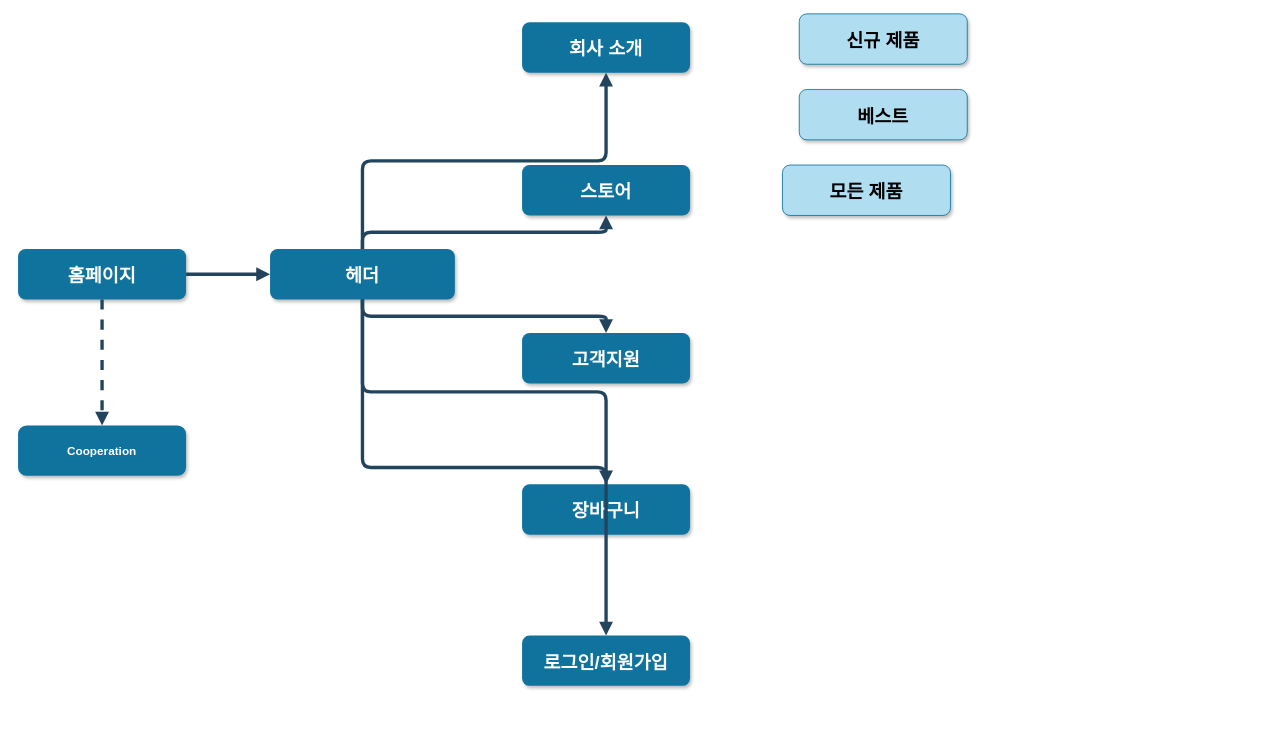
Earlier version of the draw.io diagram 제목 없는 다이어그램.drawio (sam-from-korea/django_lec). Source tidied: cells renumbered, new cells numbered last; positions are measured from the earlier drawing's top-left corner, leaving out a move shared by most shapes. Both pictures are drawn from the tidied source at 84%, with x=0, y=0 at pixel (18, 13).
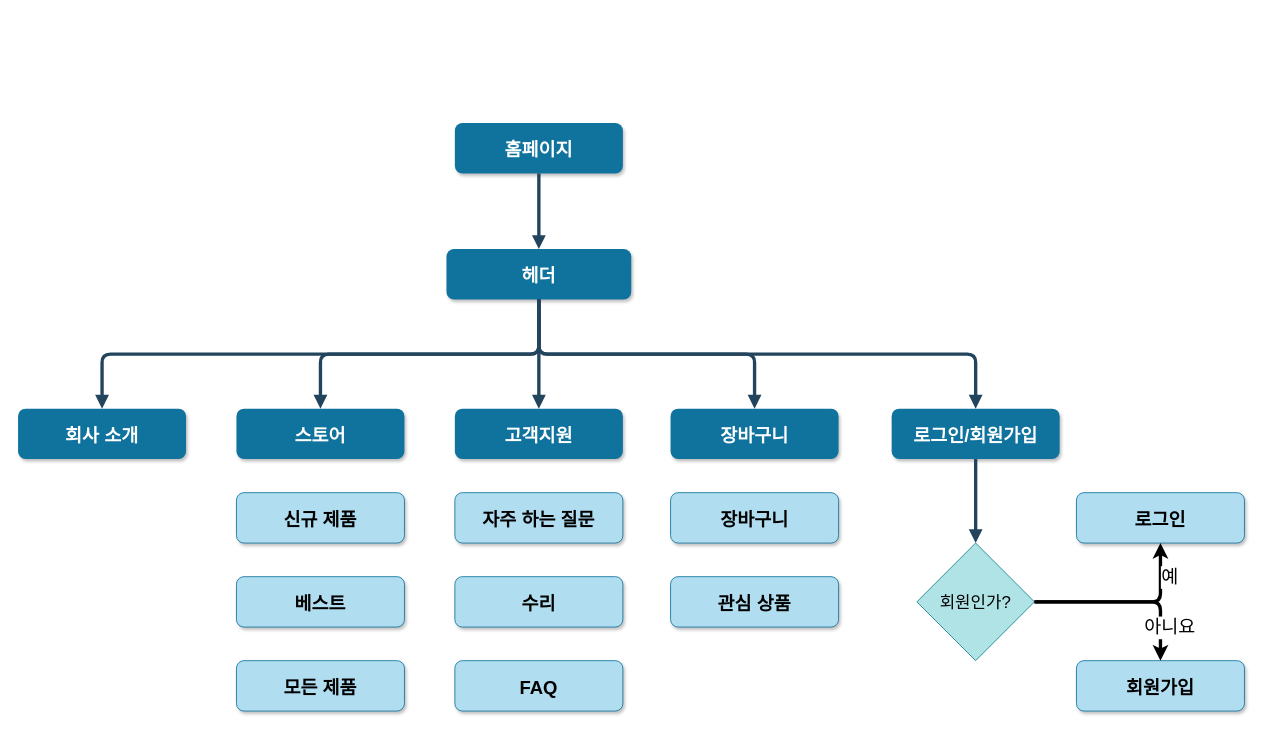
The same diagram, later.

Commit message:
제목 없는 다이어그램.drawio 업데이트

Diff of the diagram source:
```diff
@@
     <mxCell id="2" value="홈페이지" style="rounded=1;fillColor=#10739E;strokeColor=none;shadow=1;gradientColor=none;fontStyle=1;fontColor=#FFFFFF;fontSize=22;" parent="1" vertex="1">
-      <mxGeometry y="280" width="200" height="60" as="geometry" />
+      <mxGeometry x="520" y="130" width="200" height="60" as="geometry" />
     </mxCell>
     <mxCell id="3" value="헤더" style="rounded=1;fillColor=#10739E;strokeColor=none;shadow=1;gradientColor=none;fontStyle=1;fontColor=#FFFFFF;fontSize=22;" parent="1" vertex="1">
-      <mxGeometry x="300" y="280" width="220" height="60" as="geometry" />
+      <mxGeometry x="510" y="280" width="220" height="60" as="geometry" />
     </mxCell>
     <mxCell id="4" value="회사 소개" style="rounded=1;fillColor=#10739E;strokeColor=none;shadow=1;gradientColor=none;fontStyle=1;fontColor=#FFFFFF;fontSize=22;" parent="1" vertex="1">
-      <mxGeometry x="600" y="10" width="200" height="60" as="geometry" />
+      <mxGeometry y="470" width="200" height="60" as="geometry" />
     </mxCell>
     <mxCell id="5" value="스토어" style="rounded=1;fillColor=#10739E;strokeColor=none;shadow=1;gradientColor=none;fontStyle=1;fontColor=#FFFFFF;fontSize=22;" parent="1" vertex="1">
-      <mxGeometry x="600" y="180" width="200" height="60" as="geometry" />
+      <mxGeometry x="260" y="470" width="200" height="60" as="geometry" />
     </mxCell>
     <mxCell id="6" value="고객지원" style="rounded=1;fillColor=#10739E;strokeColor=none;shadow=1;gradientColor=none;fontStyle=1;fontColor=#FFFFFF;fontSize=22;" parent="1" vertex="1">
-      <mxGeometry x="600" y="380" width="200" height="60" as="geometry" />
+      <mxGeometry x="520" y="470" width="200" height="60" as="geometry" />
     </mxCell>
-    <mxCell id="7" value="Cooperation" style="rounded=1;fillColor=#10739E;strokeColor=none;shadow=1;gradientColor=none;fontStyle=1;fontColor=#FFFFFF;fontSize=14;arcSize=17;" parent="1" vertex="1">
-      <mxGeometry y="490" width="200" height="60" as="geometry" />
-    </mxCell>
@@
-    <mxCell id="12" style="edgeStyle=elbowEdgeStyle;elbow=vertical;strokeWidth=4;endArrow=block;endFill=1;fontStyle=1;dashed=1;strokeColor=#23445D;exitX=0.5;exitY=1;exitDx=0;exitDy=0;entryX=0.5;entryY=0;entryDx=0;entryDy=0;fontSize=22;" parent="1" edge="1" source="2" target="7">
-      <mxGeometry x="22" y="165.5" as="geometry">
-        <Array as="points">
-          <mxPoint x="120" y="410" />
-        </Array>
-      </mxGeometry>
-    </mxCell>
     <mxCell id="13" value="장바구니" style="rounded=1;fillColor=#10739E;strokeColor=none;shadow=1;gradientColor=none;fontStyle=1;fontColor=#FFFFFF;fontSize=22;" parent="1" vertex="1">
-      <mxGeometry x="600" y="560" width="200" height="60" as="geometry" />
+      <mxGeometry x="776.8" y="470" width="200" height="60" as="geometry" />
     </mxCell>
@@
     <mxCell id="15" value="로그인/회원가입" style="rounded=1;fillColor=#10739E;strokeColor=none;shadow=1;gradientColor=none;fontStyle=1;fontColor=#FFFFFF;fontSize=22;" parent="1" vertex="1">
-      <mxGeometry x="600" y="740" width="200" height="60" as="geometry" />
+      <mxGeometry x="1040" y="470" width="200" height="60" as="geometry" />
     </mxCell>
@@
     <mxCell id="17" value="신규 제품" style="rounded=1;fillColor=#b1ddf0;strokeColor=#10739e;shadow=1;fontStyle=1;fontSize=22;" parent="1" vertex="1">
-      <mxGeometry x="930" width="200" height="60" as="geometry" />
+      <mxGeometry x="260" y="570" width="200" height="60" as="geometry" />
     </mxCell>
     <mxCell id="18" value="베스트" style="rounded=1;fillColor=#b1ddf0;strokeColor=#10739e;shadow=1;fontStyle=1;fontSize=22;" parent="1" vertex="1">
-      <mxGeometry x="930" y="90" width="200" height="60" as="geometry" />
+      <mxGeometry x="260" y="670" width="200" height="60" as="geometry" />
     </mxCell>
     <mxCell id="19" value="모든 제품" style="rounded=1;fillColor=#b1ddf0;strokeColor=#10739e;shadow=1;fontStyle=1;fontSize=22;" parent="1" vertex="1">
-      <mxGeometry x="910" y="180" width="200" height="60" as="geometry" />
+      <mxGeometry x="260" y="770" width="200" height="60" as="geometry" />
     </mxCell>
+    <mxCell id="20" value="자주 하는 질문" style="rounded=1;fillColor=#b1ddf0;strokeColor=#10739e;shadow=1;fontStyle=1;fontSize=22;" parent="1" vertex="1">
+      <mxGeometry x="520" y="570" width="200" height="60" as="geometry" />
+    </mxCell>
+    <mxCell id="21" value="수리" style="rounded=1;fillColor=#b1ddf0;strokeColor=#10739e;shadow=1;fontStyle=1;fontSize=22;" parent="1" vertex="1">
+      <mxGeometry x="520" y="670" width="200" height="60" as="geometry" />
+    </mxCell>
+    <mxCell id="22" value="FAQ" style="rounded=1;fillColor=#b1ddf0;strokeColor=#10739e;shadow=1;fontStyle=1;fontSize=22;" parent="1" vertex="1">
+      <mxGeometry x="520" y="770" width="200" height="60" as="geometry" />
+    </mxCell>
+    <mxCell id="23" value="장바구니" style="rounded=1;fillColor=#b1ddf0;strokeColor=#10739e;shadow=1;fontStyle=1;fontSize=22;" parent="1" vertex="1">
+      <mxGeometry x="776.8" y="570" width="200" height="60" as="geometry" />
+    </mxCell>
+    <mxCell id="24" value="관심 상품" style="rounded=1;fillColor=#b1ddf0;strokeColor=#10739e;shadow=1;fontStyle=1;fontSize=22;" parent="1" vertex="1">
+      <mxGeometry x="776.8" y="670" width="200" height="60" as="geometry" />
+    </mxCell>
+    <mxCell id="25" value="로그인" style="rounded=1;fillColor=#b1ddf0;strokeColor=#10739e;shadow=1;fontStyle=1;fontSize=22;" parent="1" vertex="1">
+      <mxGeometry x="1260" y="570" width="200" height="60" as="geometry" />
+    </mxCell>
+    <mxCell id="26" value="회원가입" style="rounded=1;fillColor=#b1ddf0;strokeColor=#10739e;shadow=1;fontStyle=1;fontSize=22;" parent="1" vertex="1">
+      <mxGeometry x="1260" y="770" width="200" height="60" as="geometry" />
+    </mxCell>
+    <mxCell id="27" value="회원인가?" style="rhombus;whiteSpace=wrap;html=1;fillColor=#b0e3e6;strokeColor=#0e8088;fontSize=20;" parent="1" vertex="1">
+      <mxGeometry x="1070" y="630" width="140" height="140" as="geometry" />
+    </mxCell>
+    <mxCell id="28" style="endArrow=classic;html=1;rounded=1;exitX=1;exitY=0.5;exitDx=0;exitDy=0;entryX=0.5;entryY=1;entryDx=0;entryDy=0;strokeWidth=4;" parent="1" edge="1" source="27" target="25">
+      <mxGeometry relative="1" as="geometry">
+        <Array as="points">
+          <mxPoint x="1360" y="700" />
+        </Array>
+      </mxGeometry>
+    </mxCell>
+    <mxCell id="29" value="예" style="edgeLabel;html=1;align=center;verticalAlign=middle;fontSize=22;" parent="28" vertex="1">
+      <mxGeometry relative="1" as="geometry">
+        <mxPoint x="50" y="-30" as="offset" />
+      </mxGeometry>
+    </mxCell>
+    <mxCell id="30" style="endArrow=classic;html=1;rounded=1;entryX=0.5;entryY=0;entryDx=0;entryDy=0;fontSize=22;exitX=1;exitY=0.5;exitDx=0;exitDy=0;strokeWidth=4;" parent="1" edge="1" source="27" target="26">
+      <mxGeometry relative="1" as="geometry">
+        <Array as="points">
+          <mxPoint x="1360" y="700" />
+        </Array>
+      </mxGeometry>
+    </mxCell>
+    <mxCell id="31" value="아니요" style="edgeLabel;html=1;align=center;verticalAlign=middle;fontSize=22;" parent="30" vertex="1">
+      <mxGeometry relative="1" as="geometry">
+        <mxPoint x="50" y="30" as="offset" />
+      </mxGeometry>
+    </mxCell>
+    <mxCell id="32" style="edgeStyle=elbowEdgeStyle;elbow=vertical;strokeWidth=4;endArrow=block;endFill=1;fontStyle=1;strokeColor=#23445D;entryX=0.5;entryY=0;entryDx=0;entryDy=0;exitX=0.5;exitY=1;exitDx=0;exitDy=0;fontSize=22;" parent="1" edge="1" source="15" target="27">
+      <mxGeometry x="22" y="165.5" as="geometry" />
+    </mxCell>
```
